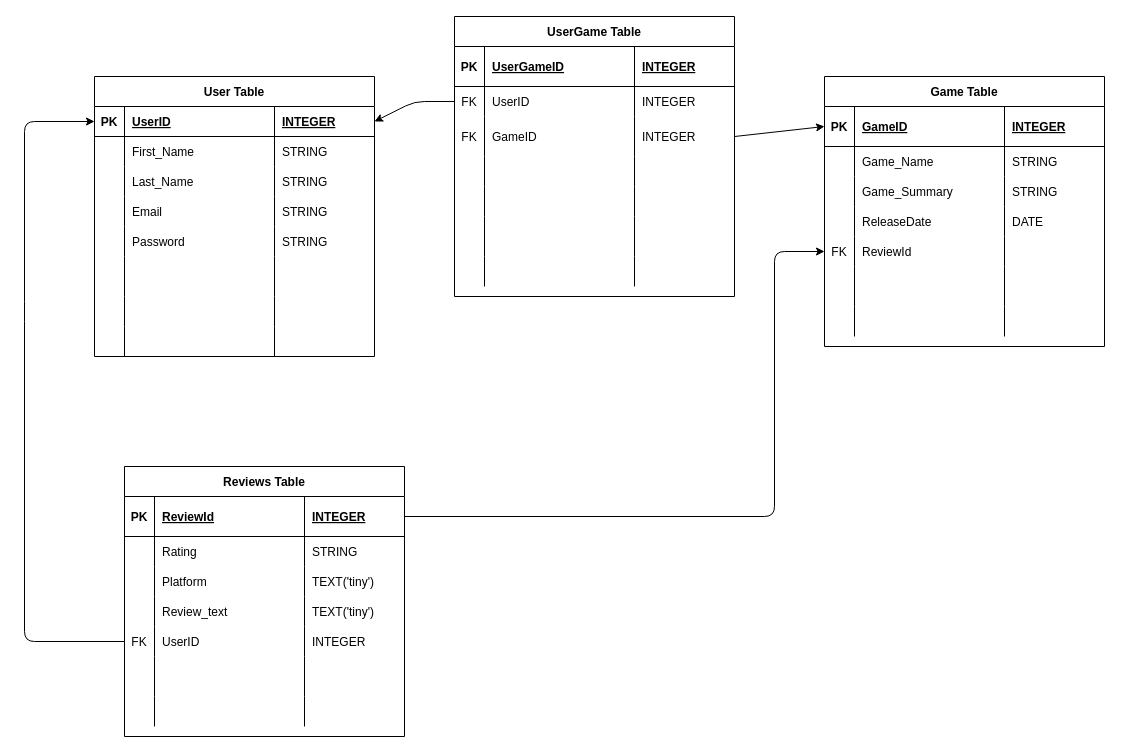
Earlier version of the draw.io diagram MVP_DataModel.drawio (chriskimball/gameRec). Source tidied: cells renumbered, new cells numbered last; positions are measured from the earlier drawing's top-left corner, leaving out a move shared by most shapes. Both pictures are drawn from the tidied source at 100%, with x=0, y=0 at pixel (24, 16).
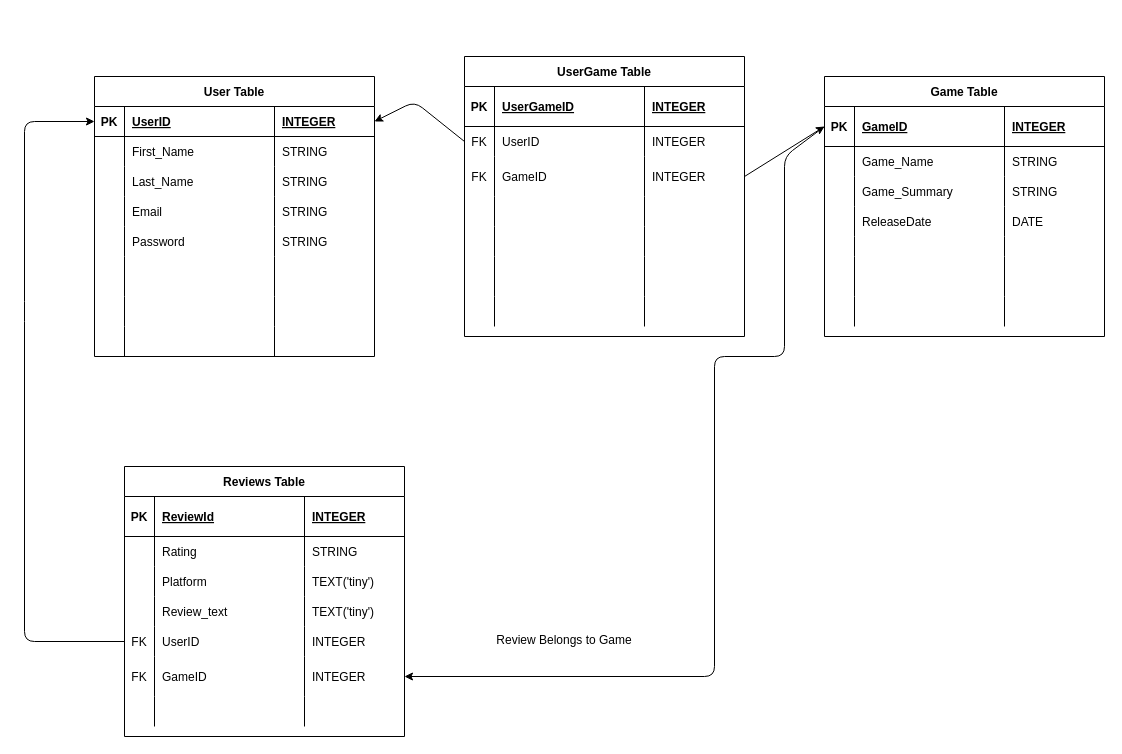
Above is the later version.

The change refers to these unchanged cells:
```xml
<mxCell id="36" style="shape=partialRectangle;fillColor=none;top=0;left=0;bottom=1;right=0;points=[[0,0.5],[1,0.5]];portConstraint=eastwest;" parent="35" vertex="1">
  <mxGeometry y="30" width="280" height="40" as="geometry" />
</mxCell>
<mxCell id="65" style="shape=partialRectangle;fillColor=none;top=0;left=0;bottom=1;right=0;points=[[0,0.5],[1,0.5]];portConstraint=eastwest;" parent="64" vertex="1">
  <mxGeometry y="30" width="280" height="40" as="geometry" />
</mxCell>
<mxCell id="85" style="shape=partialRectangle;fillColor=none;top=0;left=0;bottom=0;right=0;points=[[0,0.5],[1,0.5]];portConstraint=eastwest;" parent="64" vertex="1">
  <mxGeometry y="190" width="280" height="40" as="geometry" />
</mxCell>
```

Diff of the diagram source:
```diff
@@
     <mxCell id="35" value="Game Table" style="shape=table;startSize=30;childLayout=tableLayout;rowLines=0;fontStyle=1;align=center;" parent="1" vertex="1">
-      <mxGeometry x="800" y="60" width="280" height="270" as="geometry" />
+      <mxGeometry x="800" y="60" width="280" height="260" as="geometry" />
     </mxCell>
@@
     <mxCell id="52" style="shape=partialRectangle;fillColor=none;top=0;left=0;bottom=0;right=0;points=[[0,0.5],[1,0.5]];portConstraint=eastwest;" parent="35" vertex="1">
-      <mxGeometry y="160" width="280" height="30" as="geometry" />
+      <mxGeometry y="160" width="280" height="20" as="geometry" />
     </mxCell>
-    <mxCell id="53" value="FK" style="shape=partialRectangle;fillColor=none;top=0;left=0;bottom=0;right=0;overflow=hidden;" parent="52" vertex="1">
-      <mxGeometry width="30" height="30" as="geometry" />
+    <mxCell id="53" style="shape=partialRectangle;fillColor=none;top=0;left=0;bottom=0;right=0;overflow=hidden;" parent="52" vertex="1">
+      <mxGeometry width="30" height="20" as="geometry" />
     </mxCell>
-    <mxCell id="54" value="ReviewId" style="shape=partialRectangle;fillColor=none;top=0;left=0;bottom=0;right=0;align=left;spacingLeft=6;overflow=hidden;" parent="52" vertex="1">
-      <mxGeometry x="30" width="150" height="30" as="geometry" />
+    <mxCell id="54" style="shape=partialRectangle;fillColor=none;top=0;left=0;bottom=0;right=0;align=left;spacingLeft=6;overflow=hidden;" parent="52" vertex="1">
+      <mxGeometry x="30" width="150" height="20" as="geometry" />
     </mxCell>
     <mxCell id="55" style="shape=partialRectangle;fillColor=none;top=0;left=0;bottom=0;right=0;align=left;spacingLeft=6;overflow=hidden;" parent="52" vertex="1">
-      <mxGeometry x="180" width="100" height="30" as="geometry" />
+      <mxGeometry x="180" width="100" height="20" as="geometry" />
     </mxCell>
     <mxCell id="56" style="shape=partialRectangle;fillColor=none;top=0;left=0;bottom=0;right=0;" parent="35" vertex="1">
-      <mxGeometry y="190" width="280" height="40" as="geometry" />
+      <mxGeometry y="180" width="280" height="40" as="geometry" />
     </mxCell>
@@
     <mxCell id="60" style="shape=partialRectangle;fillColor=none;top=0;left=0;bottom=0;right=0;" parent="35" vertex="1">
-      <mxGeometry y="230" width="280" height="30" as="geometry" />
+      <mxGeometry y="220" width="280" height="30" as="geometry" />
     </mxCell>
@@
-    <mxCell id="86" style="shape=partialRectangle;fillColor=none;top=0;left=0;bottom=0;right=0;overflow=hidden;" parent="85" vertex="1">
+    <mxCell id="86" value="FK" style="shape=partialRectangle;fillColor=none;top=0;left=0;bottom=0;right=0;overflow=hidden;" parent="85" vertex="1">
       <mxGeometry width="30" height="40" as="geometry" />
     </mxCell>
-    <mxCell id="87" style="shape=partialRectangle;fillColor=none;top=0;left=0;bottom=0;right=0;align=left;spacingLeft=6;overflow=hidden;" parent="85" vertex="1">
+    <mxCell id="87" value="GameID" style="shape=partialRectangle;fillColor=none;top=0;left=0;bottom=0;right=0;align=left;spacingLeft=6;overflow=hidden;" parent="85" vertex="1">
       <mxGeometry x="30" width="150" height="40" as="geometry" />
     </mxCell>
-    <mxCell id="88" style="shape=partialRectangle;fillColor=none;top=0;left=0;bottom=0;right=0;align=left;spacingLeft=6;overflow=hidden;" parent="85" vertex="1">
+    <mxCell id="88" value="INTEGER" style="shape=partialRectangle;fillColor=none;top=0;left=0;bottom=0;right=0;align=left;spacingLeft=6;overflow=hidden;" parent="85" vertex="1">
       <mxGeometry x="180" width="100" height="40" as="geometry" />
     </mxCell>
@@
     <mxCell id="95" value="UserGame Table" style="shape=table;startSize=30;childLayout=tableLayout;rowLines=0;fontStyle=1;align=center;" parent="1" vertex="1">
-      <mxGeometry x="430" width="280" height="280" as="geometry" />
+      <mxGeometry x="440" y="40" width="280" height="280" as="geometry" />
     </mxCell>
@@
-    <mxCell id="124" style="edgeStyle=none;html=1;exitX=1;exitY=0.5;exitDx=0;exitDy=0;entryX=0;entryY=0.5;entryDx=0;entryDy=0;" parent="1" edge="1" source="65" target="52">
-      <mxGeometry relative="1" as="geometry">
-        <Array as="points">
-          <mxPoint x="750" y="500" />
-          <mxPoint x="750" y="235" />
-        </Array>
-      </mxGeometry>
-    </mxCell>
@@
+    <mxCell id="127" style="edgeStyle=none;html=1;exitX=0;exitY=0.5;exitDx=0;exitDy=0;entryX=1;entryY=0.5;entryDx=0;entryDy=0;" parent="1" edge="1" source="36" target="85">
+      <mxGeometry relative="1" as="geometry">
+        <Array as="points">
+          <mxPoint x="760" y="140" />
+          <mxPoint x="760" y="340" />
+          <mxPoint x="690" y="340" />
+          <mxPoint x="690" y="660" />
+        </Array>
+      </mxGeometry>
+    </mxCell>
+    <mxCell id="128" value="Review Belongs to Game" style="text;html=1;strokeColor=none;fillColor=none;align=center;verticalAlign=middle;whiteSpace=wrap;rounded=0;" parent="1" vertex="1">
+      <mxGeometry x="460" y="609" width="160" height="30" as="geometry" />
+    </mxCell>
```
